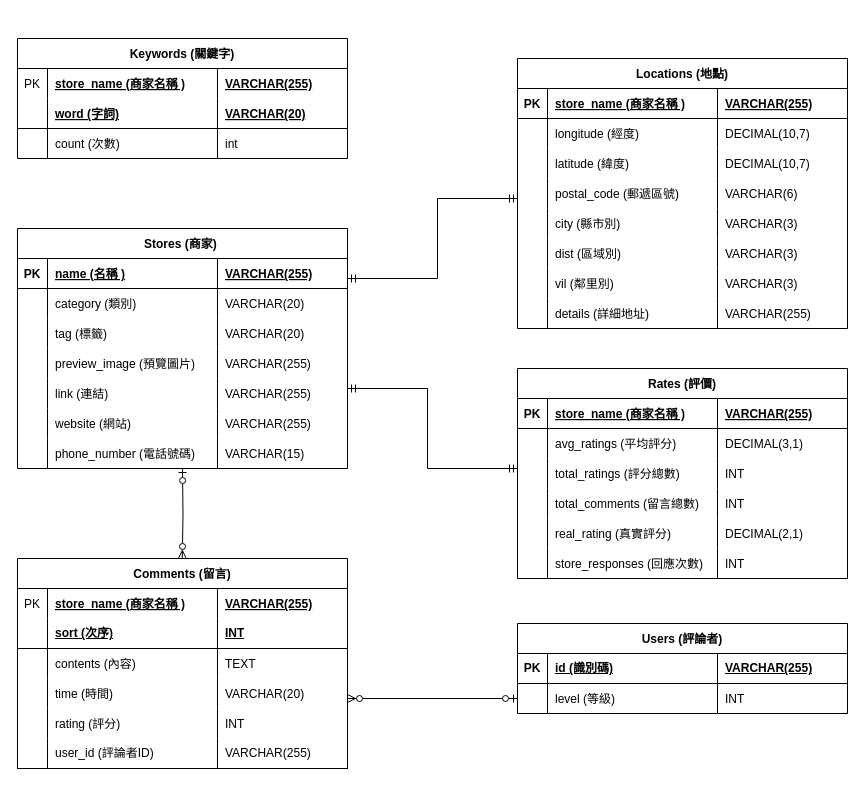
This is page "正式版" (1 of 2) of 專案檔案/地圖結果資料庫/初步實體關係圖.drawio from Cuddles-Yu/ntub-coding, a draw.io file, before an edit. Source tidied: cells renumbered, new cells numbered last; positions are measured from the earlier drawing's top-left corner, leaving out a move shared by most shapes. Both pictures are drawn from the tidied source at 100%, with x=0, y=0 at pixel (17, 38).
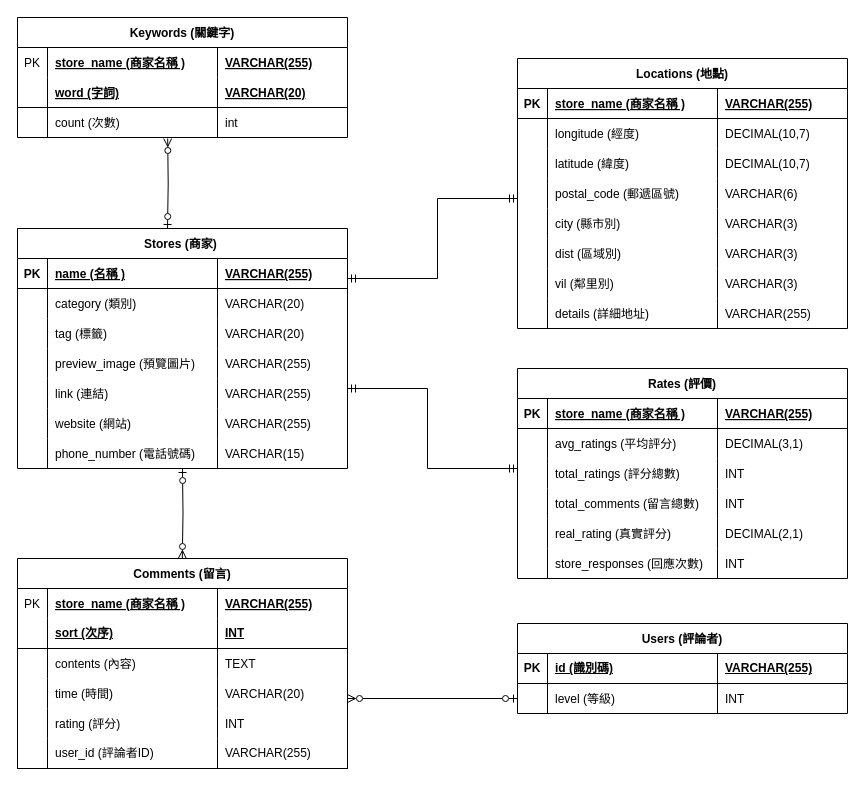
The same page after the edit.

What changed in the source:
```diff
@@
     <mxCell id="128" value="Keywords (關鍵字)" style="shape=table;startSize=30;childLayout=tableLayout;rowLines=0;fontStyle=1;align=center;" parent="1" vertex="1">
-      <mxGeometry width="330" height="120" as="geometry" />
+      <mxGeometry y="-21" width="330" height="120" as="geometry" />
     </mxCell>
@@
+    <mxCell id="141" style="edgeStyle=orthogonalEdgeStyle;rounded=0;orthogonalLoop=1;jettySize=auto;html=1;endArrow=ERzeroToOne;endFill=0;startArrow=ERzeroToMany;startFill=0;" parent="1" edge="1">
+      <mxGeometry relative="1" as="geometry">
+        <mxPoint x="150.2" y="100" as="sourcePoint" />
+        <mxPoint x="150" y="190" as="targetPoint" />
+      </mxGeometry>
+    </mxCell>
```
